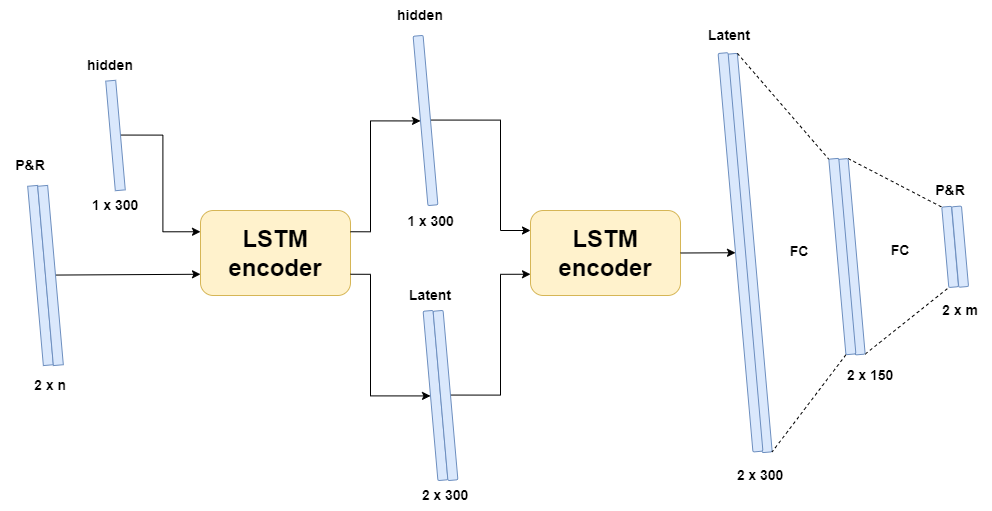
Before: docs/Images/architectures/LSTM_sequence.drawio.png, a diagram exported from draw.io (lancedw/3D-state-prediction-for-surface-vessels-using-IMU-data-and-images). Source tidied: cells renumbered, new cells last; positions are measured from the earlier drawing's top-left corner, leaving out a move shared by most shapes. Its diagram source:
```xml
<mxGraphModel>
  <root>
    <mxCell id="0" />
    <mxCell id="1" parent="0" />
    <mxCell id="2" value="&lt;span style=&quot;color: rgba(0, 0, 0, 0); font-family: monospace; font-size: 0px; text-align: start; background-color: rgb(248, 249, 250);&quot;&gt;%3CmxGraphModel%3E%3Croot%3E%3CmxCell%20id%3D%220%22%2F%3E%3CmxCell%20id%3D%221%22%20parent%3D%220%22%2F%3E%3CmxCell%20id%3D%222%22%20value%3D%22%22%20style%3D%22rounded%3D0%3BwhiteSpace%3Dwrap%3Bhtml%3D1%3Brotation%3D85%3BfillColor%3D%23dae8fc%3BstrokeColor%3D%236c8ebf%3B%22%20vertex%3D%221%22%20parent%3D%221%22%3E%3CmxGeometry%20x%3D%22-20%22%20y%3D%22270%22%20width%3D%22240%22%20height%3D%2210%22%20as%3D%22geometry%22%2F%3E%3C%2FmxCell%3E%3C%2Froot%3E%3C%2FmxGraphModel%3E&lt;/span&gt;" style="rounded=0;whiteSpace=wrap;html=1;rotation=85;fillColor=#dae8fc;strokeColor=#6c8ebf;" parent="1" vertex="1">
      <mxGeometry y="270" width="180" height="10" as="geometry" />
    </mxCell>
    <mxCell id="3" style="edgeStyle=none;rounded=0;jettySize=auto;html=1;exitX=0.5;exitY=0;exitDx=0;exitDy=0;entryX=0;entryY=0.75;entryDx=0;entryDy=0;fontSize=24;" parent="1" edge="1" source="4" target="7">
      <mxGeometry relative="1" as="geometry" />
    </mxCell>
    <mxCell id="4" value="&lt;span style=&quot;color: rgba(0, 0, 0, 0); font-family: monospace; font-size: 0px; text-align: start; background-color: rgb(248, 249, 250);&quot;&gt;%3CmxGraphModel%3E%3Croot%3E%3CmxCell%20id%3D%220%22%2F%3E%3CmxCell%20id%3D%221%22%20parent%3D%220%22%2F%3E%3CmxCell%20id%3D%222%22%20value%3D%22%22%20style%3D%22rounded%3D0%3BwhiteSpace%3Dwrap%3Bhtml%3D1%3Brotation%3D85%3BfillColor%3D%23dae8fc%3BstrokeColor%3D%236c8ebf%3B%22%20vertex%3D%221%22%20parent%3D%221%22%3E%3CmxGeometry%20x%3D%22-20%22%20y%3D%22270%22%20width%3D%22240%22%20height%3D%2210%22%20as%3D%22geometry%22%2F%3E%3C%2FmxCell%3E%3C%2Froot%3E%3C%2FmxGraphModel%3E&lt;/span&gt;" style="rounded=0;whiteSpace=wrap;html=1;rotation=85;fillColor=#dae8fc;strokeColor=#6c8ebf;" parent="1" vertex="1">
      <mxGeometry x="10" y="270" width="180" height="10" as="geometry" />
    </mxCell>
    <mxCell id="5" value="2 x n" style="text;html=1;strokeColor=none;fillColor=none;align=center;verticalAlign=middle;whiteSpace=wrap;rounded=0;fontSize=14;fontStyle=1;" parent="1" vertex="1">
      <mxGeometry x="70" y="370" width="60" height="30" as="geometry" />
    </mxCell>
    <mxCell id="6" value="P&amp;amp;R" style="text;html=1;strokeColor=none;fillColor=none;align=center;verticalAlign=middle;whiteSpace=wrap;rounded=0;fontSize=14;fontStyle=1;" parent="1" vertex="1">
      <mxGeometry x="50" y="150" width="60" height="30" as="geometry" />
    </mxCell>
    <mxCell id="7" value="LSTM encoder" style="rounded=1;whiteSpace=wrap;html=1;fontSize=24;fillColor=#fff2cc;strokeColor=#d6b656;fontStyle=1;" parent="1" vertex="1">
      <mxGeometry x="250" y="210" width="150" height="85" as="geometry" />
    </mxCell>
    <mxCell id="8" style="edgeStyle=orthogonalEdgeStyle;rounded=0;jettySize=auto;html=1;exitX=0.5;exitY=0;exitDx=0;exitDy=0;entryX=0;entryY=0.25;entryDx=0;entryDy=0;fontSize=24;" parent="1" edge="1" source="9" target="7">
      <mxGeometry relative="1" as="geometry" />
    </mxCell>
    <mxCell id="9" value="&lt;span style=&quot;color: rgba(0, 0, 0, 0); font-family: monospace; font-size: 0px; text-align: start; background-color: rgb(248, 249, 250);&quot;&gt;%3CmxGraphModel%3E%3Croot%3E%3CmxCell%20id%3D%220%22%2F%3E%3CmxCell%20id%3D%221%22%20parent%3D%220%22%2F%3E%3CmxCell%20id%3D%222%22%20value%3D%22%22%20style%3D%22rounded%3D0%3BwhiteSpace%3Dwrap%3Bhtml%3D1%3Brotation%3D85%3BfillColor%3D%23dae8fc%3BstrokeColor%3D%236c8ebf%3B%22%20vertex%3D%221%22%20parent%3D%221%22%3E%3CmxGeometry%20x%3D%22-20%22%20y%3D%22270%22%20width%3D%22240%22%20height%3D%2210%22%20as%3D%22geometry%22%2F%3E%3C%2FmxCell%3E%3C%2Froot%3E%3C%2FmxGraphModel%3E&lt;/span&gt;" style="rounded=0;whiteSpace=wrap;html=1;rotation=85;fillColor=#dae8fc;strokeColor=#6c8ebf;" parent="1" vertex="1">
      <mxGeometry x="110" y="130" width="110" height="10" as="geometry" />
    </mxCell>
    <mxCell id="10" value="hidden" style="text;html=1;strokeColor=none;fillColor=none;align=center;verticalAlign=middle;whiteSpace=wrap;rounded=0;fontSize=14;fontStyle=1;" parent="1" vertex="1">
      <mxGeometry x="130" y="50" width="60" height="30" as="geometry" />
    </mxCell>
    <mxCell id="11" value="1 x 300" style="text;html=1;strokeColor=none;fillColor=none;align=center;verticalAlign=middle;whiteSpace=wrap;rounded=0;fontSize=14;fontStyle=1;" parent="1" vertex="1">
      <mxGeometry x="135" y="190" width="60" height="30" as="geometry" />
    </mxCell>
    <mxCell id="12" value="LSTM encoder" style="rounded=1;whiteSpace=wrap;html=1;fontSize=24;fillColor=#fff2cc;strokeColor=#d6b656;fontStyle=1;" parent="1" vertex="1">
      <mxGeometry x="580" y="210" width="150" height="85" as="geometry" />
    </mxCell>
    <mxCell id="13" style="edgeStyle=orthogonalEdgeStyle;shape=connector;rounded=0;jettySize=auto;html=1;exitX=1;exitY=0.25;exitDx=0;exitDy=0;labelBackgroundColor=default;fontFamily=Helvetica;fontSize=14;fontColor=default;endArrow=classic;endFill=1;strokeColor=default;entryX=0.5;entryY=1;entryDx=0;entryDy=0;fontStyle=1;" parent="1" edge="1" source="7" target="16">
      <mxGeometry relative="1" as="geometry">
        <Array as="points">
          <mxPoint x="420" y="231" />
          <mxPoint x="420" y="120" />
        </Array>
      </mxGeometry>
    </mxCell>
    <mxCell id="14" style="edgeStyle=orthogonalEdgeStyle;shape=connector;rounded=0;jettySize=auto;html=1;entryX=0.5;entryY=1;entryDx=0;entryDy=0;labelBackgroundColor=default;fontFamily=Helvetica;fontSize=14;fontColor=default;endArrow=classic;endFill=1;strokeColor=default;fontStyle=1;exitX=1;exitY=0.75;exitDx=0;exitDy=0;" parent="1" edge="1" source="7" target="18">
      <mxGeometry relative="1" as="geometry">
        <Array as="points">
          <mxPoint x="420" y="274" />
          <mxPoint x="420" y="395" />
        </Array>
      </mxGeometry>
    </mxCell>
    <mxCell id="15" style="edgeStyle=orthogonalEdgeStyle;shape=connector;rounded=0;jettySize=auto;html=1;exitX=0.5;exitY=0;exitDx=0;exitDy=0;labelBackgroundColor=default;fontFamily=Helvetica;fontSize=14;fontColor=default;endArrow=classic;endFill=1;strokeColor=default;fontStyle=1;" parent="1" edge="1" source="16">
      <mxGeometry relative="1" as="geometry">
        <mxPoint x="580" y="230" as="targetPoint" />
        <Array as="points">
          <mxPoint x="550" y="120" />
          <mxPoint x="550" y="230" />
          <mxPoint x="580" y="230" />
        </Array>
      </mxGeometry>
    </mxCell>
    <mxCell id="16" style="rounded=1;whiteSpace=wrap;html=1;glass=0;fontFamily=Helvetica;fontSize=14;fontColor=default;strokeColor=#6c8ebf;fillColor=#dae8fc;rotation=85;fontStyle=1;" parent="1" vertex="1">
      <mxGeometry x="390" y="115" width="170" height="10" as="geometry" />
    </mxCell>
    <mxCell id="17" style="edgeStyle=orthogonalEdgeStyle;shape=connector;rounded=0;jettySize=auto;html=1;entryX=0;entryY=0.75;entryDx=0;entryDy=0;labelBackgroundColor=default;fontFamily=Helvetica;fontSize=14;fontColor=default;endArrow=classic;endFill=1;strokeColor=default;fontStyle=1;exitX=0.5;exitY=0;exitDx=0;exitDy=0;" parent="1" edge="1" source="39" target="12">
      <mxGeometry relative="1" as="geometry">
        <Array as="points">
          <mxPoint x="550" y="395" />
          <mxPoint x="550" y="274" />
          <mxPoint x="580" y="274" />
        </Array>
      </mxGeometry>
    </mxCell>
    <mxCell id="18" style="rounded=1;whiteSpace=wrap;html=1;glass=0;fontFamily=Helvetica;fontSize=14;fontColor=default;strokeColor=#6c8ebf;fillColor=#dae8fc;rotation=85;fontStyle=1;" parent="1" vertex="1">
      <mxGeometry x="400" y="390" width="170" height="10" as="geometry" />
    </mxCell>
    <mxCell id="19" value="&lt;font style=&quot;font-size: 14px;&quot;&gt;1 x 300&amp;nbsp;&lt;/font&gt;" style="text;html=1;strokeColor=none;fillColor=none;align=center;verticalAlign=middle;whiteSpace=wrap;rounded=0;fontStyle=1;fontSize=14;" parent="1" vertex="1">
      <mxGeometry x="450" y="206.3" width="65" height="30" as="geometry" />
    </mxCell>
    <mxCell id="20" value="&lt;font style=&quot;font-size: 14px;&quot;&gt;2 x 300&lt;/font&gt;" style="text;html=1;strokeColor=none;fillColor=none;align=center;verticalAlign=middle;whiteSpace=wrap;rounded=0;fontStyle=1;fontSize=14;" parent="1" vertex="1">
      <mxGeometry x="460" y="480" width="70" height="30" as="geometry" />
    </mxCell>
    <mxCell id="21" value="&lt;span style=&quot;font-size: 14px;&quot;&gt;&lt;font style=&quot;font-size: 14px;&quot;&gt;Latent&lt;/font&gt;&lt;/span&gt;" style="text;html=1;strokeColor=none;fillColor=none;align=center;verticalAlign=middle;whiteSpace=wrap;rounded=0;fontStyle=1;fontSize=14;" parent="1" vertex="1">
      <mxGeometry x="450" y="280" width="60" height="30" as="geometry" />
    </mxCell>
    <mxCell id="22" value="&lt;span style=&quot;font-size: 14px;&quot;&gt;&lt;font style=&quot;font-size: 14px;&quot;&gt;hidden&lt;/font&gt;&lt;/span&gt;" style="text;html=1;strokeColor=none;fillColor=none;align=center;verticalAlign=middle;whiteSpace=wrap;rounded=0;fontStyle=1;fontSize=14;" parent="1" vertex="1">
      <mxGeometry x="440" width="60" height="30" as="geometry" />
    </mxCell>
    <mxCell id="23" value="&lt;span style=&quot;font-size: 14px;&quot;&gt;&lt;font style=&quot;font-size: 14px;&quot;&gt;Latent&lt;br&gt;&lt;/font&gt;&lt;/span&gt;" style="text;html=1;strokeColor=none;fillColor=none;align=center;verticalAlign=middle;whiteSpace=wrap;rounded=0;fontStyle=1;fontSize=14;" parent="1" vertex="1">
      <mxGeometry x="749.3" y="20" width="60" height="30" as="geometry" />
    </mxCell>
    <mxCell id="24" value="&lt;font style=&quot;font-size: 14px;&quot;&gt;2 x 300&lt;/font&gt;" style="text;html=1;strokeColor=none;fillColor=none;align=center;verticalAlign=middle;whiteSpace=wrap;rounded=0;fontStyle=1;fontSize=14;" parent="1" vertex="1">
      <mxGeometry x="780" y="460" width="60" height="30" as="geometry" />
    </mxCell>
    <mxCell id="25" value="&lt;font style=&quot;font-size: 14px;&quot;&gt;2 x 150&lt;/font&gt;" style="text;html=1;strokeColor=none;fillColor=none;align=center;verticalAlign=middle;whiteSpace=wrap;rounded=0;fontStyle=1;fontSize=14;" parent="1" vertex="1">
      <mxGeometry x="890" y="360" width="60" height="30" as="geometry" />
    </mxCell>
    <mxCell id="26" value="FC" style="text;html=1;strokeColor=none;fillColor=none;align=center;verticalAlign=middle;whiteSpace=wrap;rounded=0;fontStyle=1;fontSize=14;" parent="1" vertex="1">
      <mxGeometry x="819.3" y="236.3" width="60" height="30" as="geometry" />
    </mxCell>
    <mxCell id="27" style="rounded=1;whiteSpace=wrap;html=1;glass=0;fontFamily=Helvetica;fontSize=14;fontColor=default;strokeColor=#6c8ebf;fillColor=#dae8fc;rotation=85;fontStyle=1;" parent="1" vertex="1">
      <mxGeometry x="599.3" y="247.5" width="400" height="10" as="geometry" />
    </mxCell>
    <mxCell id="28" style="endArrow=none;dashed=1;html=1;rounded=0;fontFamily=Helvetica;fontSize=14;fontColor=default;entryX=0;entryY=1;entryDx=0;entryDy=0;exitX=0;exitY=0;exitDx=0;exitDy=0;fontStyle=1;" parent="1" edge="1" source="27" target="41">
      <mxGeometry relative="1" as="geometry" />
    </mxCell>
    <mxCell id="29" style="endArrow=none;dashed=1;html=1;rounded=0;fontFamily=Helvetica;fontSize=14;fontColor=default;exitX=1;exitY=1;exitDx=0;exitDy=0;entryX=1;entryY=0;entryDx=0;entryDy=0;fontStyle=1;" parent="1" edge="1" source="41" target="27">
      <mxGeometry relative="1" as="geometry" />
    </mxCell>
    <mxCell id="30" style="edgeStyle=none;shape=connector;rounded=0;jettySize=auto;html=1;exitX=0;exitY=0;exitDx=0;exitDy=0;entryX=0;entryY=1;entryDx=0;entryDy=0;dashed=1;labelBackgroundColor=default;fontFamily=Helvetica;fontSize=14;fontColor=default;endArrow=none;endFill=0;strokeColor=default;fontStyle=1;" parent="1" edge="1" source="32" target="33">
      <mxGeometry relative="1" as="geometry" />
    </mxCell>
    <mxCell id="31" style="edgeStyle=none;shape=connector;rounded=0;jettySize=auto;html=1;exitX=1;exitY=0;exitDx=0;exitDy=0;dashed=1;labelBackgroundColor=default;fontFamily=Helvetica;fontSize=14;fontColor=default;endArrow=none;endFill=0;strokeColor=default;entryX=1;entryY=1;entryDx=0;entryDy=0;fontStyle=1;" parent="1" edge="1" source="32" target="33">
      <mxGeometry relative="1" as="geometry" />
    </mxCell>
    <mxCell id="32" style="rounded=1;whiteSpace=wrap;html=1;glass=0;fontFamily=Helvetica;fontSize=14;fontColor=default;strokeColor=#6c8ebf;fillColor=#dae8fc;rotation=85;fontStyle=1;" parent="1" vertex="1">
      <mxGeometry x="803" y="251.3" width="196.3" height="10" as="geometry" />
    </mxCell>
    <mxCell id="33" style="rounded=1;whiteSpace=wrap;html=1;glass=0;fontFamily=Helvetica;fontSize=14;fontColor=default;strokeColor=#6c8ebf;fillColor=#dae8fc;rotation=85;fontStyle=1;" parent="1" vertex="1">
      <mxGeometry x="959.3" y="241.5" width="80.7" height="9.8" as="geometry" />
    </mxCell>
    <mxCell id="34" style="rounded=1;whiteSpace=wrap;html=1;glass=0;fontFamily=Helvetica;fontSize=14;fontColor=default;strokeColor=#6c8ebf;fillColor=#dae8fc;rotation=85;fontStyle=1;" parent="1" vertex="1">
      <mxGeometry x="969.3" y="241.3" width="80.7" height="9.8" as="geometry" />
    </mxCell>
    <mxCell id="35" value="&lt;span style=&quot;font-size: 14px;&quot;&gt;&lt;font style=&quot;font-size: 14px;&quot;&gt;P&amp;amp;R&lt;/font&gt;&lt;/span&gt;" style="text;html=1;strokeColor=none;fillColor=none;align=center;verticalAlign=middle;whiteSpace=wrap;rounded=0;fontStyle=1;fontSize=14;" parent="1" vertex="1">
      <mxGeometry x="969.7" y="175" width="60" height="30" as="geometry" />
    </mxCell>
    <mxCell id="36" value="&lt;span style=&quot;font-size: 14px;&quot;&gt;&lt;font style=&quot;font-size: 14px;&quot;&gt;2 x m&lt;/font&gt;&lt;/span&gt;" style="text;html=1;strokeColor=none;fillColor=none;align=center;verticalAlign=middle;whiteSpace=wrap;rounded=0;fontStyle=1;fontSize=14;" parent="1" vertex="1">
      <mxGeometry x="980" y="295" width="60" height="30" as="geometry" />
    </mxCell>
    <mxCell id="37" style="edgeStyle=none;shape=connector;rounded=0;jettySize=auto;html=1;exitX=1;exitY=0.5;exitDx=0;exitDy=0;labelBackgroundColor=default;fontFamily=Helvetica;fontSize=14;fontColor=default;endArrow=classic;endFill=1;strokeColor=default;entryX=0.5;entryY=1;entryDx=0;entryDy=0;fontStyle=1;" parent="1" edge="1" source="12" target="40">
      <mxGeometry relative="1" as="geometry" />
    </mxCell>
    <mxCell id="38" value="&lt;span style=&quot;font-size: 14px;&quot;&gt;&lt;font style=&quot;font-size: 14px;&quot;&gt;FC&lt;/font&gt;&lt;/span&gt;" style="text;html=1;strokeColor=none;fillColor=none;align=center;verticalAlign=middle;whiteSpace=wrap;rounded=0;fontStyle=1;fontSize=14;" parent="1" vertex="1">
      <mxGeometry x="920" y="235" width="60" height="30" as="geometry" />
    </mxCell>
    <mxCell id="39" style="rounded=1;whiteSpace=wrap;html=1;glass=0;fontFamily=Helvetica;fontSize=14;fontColor=default;strokeColor=#6c8ebf;fillColor=#dae8fc;rotation=85;fontStyle=1;" parent="1" vertex="1">
      <mxGeometry x="410" y="390" width="170" height="10" as="geometry" />
    </mxCell>
    <mxCell id="40" style="rounded=1;whiteSpace=wrap;html=1;glass=0;fontFamily=Helvetica;fontSize=14;fontColor=default;strokeColor=#6c8ebf;fillColor=#dae8fc;rotation=85;fontStyle=1;" parent="1" vertex="1">
      <mxGeometry x="590" y="246.8" width="400" height="10" as="geometry" />
    </mxCell>
    <mxCell id="41" style="rounded=1;whiteSpace=wrap;html=1;glass=0;fontFamily=Helvetica;fontSize=14;fontColor=default;strokeColor=#6c8ebf;fillColor=#dae8fc;rotation=85;fontStyle=1;" parent="1" vertex="1">
      <mxGeometry x="793.7" y="251" width="196.3" height="10" as="geometry" />
    </mxCell>
  </root>
</mxGraphModel>
```
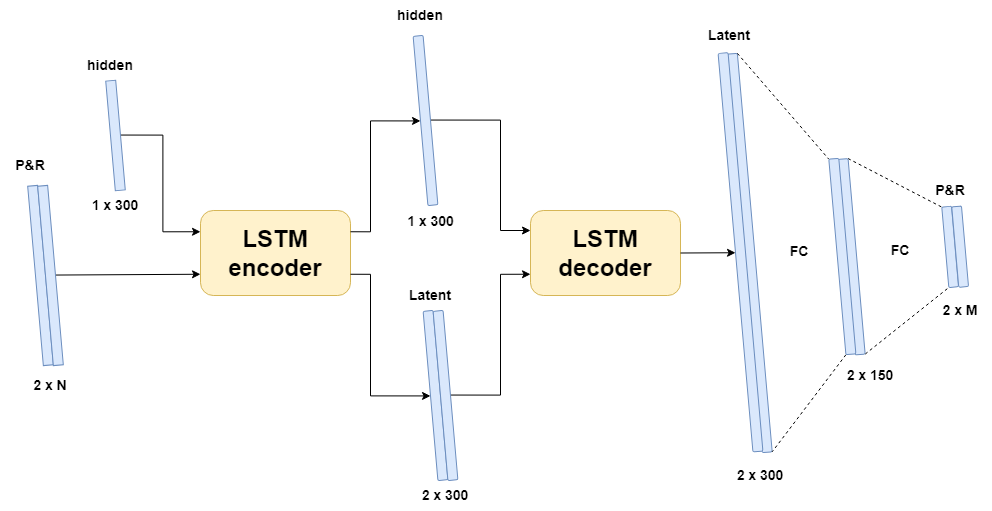
The same file after the commit.

Diff of the diagram source:
```diff
@@ -11,7 +11,7 @@
     <mxCell id="4" value="&lt;span style=&quot;color: rgba(0, 0, 0, 0); font-family: monospace; font-size: 0px; text-align: start; background-color: rgb(248, 249, 250);&quot;&gt;%3CmxGraphModel%3E%3Croot%3E%3CmxCell%20id%3D%220%22%2F%3E%3CmxCell%20id%3D%221%22%20parent%3D%220%22%2F%3E%3CmxCell%20id%3D%222%22%20value%3D%22%22%20style%3D%22rounded%3D0%3BwhiteSpace%3Dwrap%3Bhtml%3D1%3Brotation%3D85%3BfillColor%3D%23dae8fc%3BstrokeColor%3D%236c8ebf%3B%22%20vertex%3D%221%22%20parent%3D%221%22%3E%3CmxGeometry%20x%3D%22-20%22%20y%3D%22270%22%20width%3D%22240%22%20height%3D%2210%22%20as%3D%22geometry%22%2F%3E%3C%2FmxCell%3E%3C%2Froot%3E%3C%2FmxGraphModel%3E&lt;/span&gt;" style="rounded=0;whiteSpace=wrap;html=1;rotation=85;fillColor=#dae8fc;strokeColor=#6c8ebf;" parent="1" vertex="1">
       <mxGeometry x="10" y="270" width="180" height="10" as="geometry" />
     </mxCell>
-    <mxCell id="5" value="2 x n" style="text;html=1;strokeColor=none;fillColor=none;align=center;verticalAlign=middle;whiteSpace=wrap;rounded=0;fontSize=14;fontStyle=1;" parent="1" vertex="1">
+    <mxCell id="5" value="2 x N" style="text;html=1;strokeColor=none;fillColor=none;align=center;verticalAlign=middle;whiteSpace=wrap;rounded=0;fontSize=14;fontStyle=1;" parent="1" vertex="1">
       <mxGeometry x="70" y="370" width="60" height="30" as="geometry" />
     </mxCell>
     <mxCell id="6" value="P&amp;amp;R" style="text;html=1;strokeColor=none;fillColor=none;align=center;verticalAlign=middle;whiteSpace=wrap;rounded=0;fontSize=14;fontStyle=1;" parent="1" vertex="1">
@@ -32,7 +32,7 @@
     <mxCell id="11" value="1 x 300" style="text;html=1;strokeColor=none;fillColor=none;align=center;verticalAlign=middle;whiteSpace=wrap;rounded=0;fontSize=14;fontStyle=1;" parent="1" vertex="1">
       <mxGeometry x="135" y="190" width="60" height="30" as="geometry" />
     </mxCell>
-    <mxCell id="12" value="LSTM encoder" style="rounded=1;whiteSpace=wrap;html=1;fontSize=24;fillColor=#fff2cc;strokeColor=#d6b656;fontStyle=1;" parent="1" vertex="1">
+    <mxCell id="12" value="LSTM decoder" style="rounded=1;whiteSpace=wrap;html=1;fontSize=24;fillColor=#fff2cc;strokeColor=#d6b656;fontStyle=1;" parent="1" vertex="1">
       <mxGeometry x="580" y="210" width="150" height="85" as="geometry" />
     </mxCell>
     <mxCell id="13" style="edgeStyle=orthogonalEdgeStyle;shape=connector;rounded=0;jettySize=auto;html=1;exitX=1;exitY=0.25;exitDx=0;exitDy=0;labelBackgroundColor=default;fontFamily=Helvetica;fontSize=14;fontColor=default;endArrow=classic;endFill=1;strokeColor=default;entryX=0.5;entryY=1;entryDx=0;entryDy=0;fontStyle=1;" parent="1" edge="1" source="7" target="16">
@@ -127,7 +127,7 @@
     <mxCell id="35" value="&lt;span style=&quot;font-size: 14px;&quot;&gt;&lt;font style=&quot;font-size: 14px;&quot;&gt;P&amp;amp;R&lt;/font&gt;&lt;/span&gt;" style="text;html=1;strokeColor=none;fillColor=none;align=center;verticalAlign=middle;whiteSpace=wrap;rounded=0;fontStyle=1;fontSize=14;" parent="1" vertex="1">
       <mxGeometry x="969.7" y="175" width="60" height="30" as="geometry" />
     </mxCell>
-    <mxCell id="36" value="&lt;span style=&quot;font-size: 14px;&quot;&gt;&lt;font style=&quot;font-size: 14px;&quot;&gt;2 x m&lt;/font&gt;&lt;/span&gt;" style="text;html=1;strokeColor=none;fillColor=none;align=center;verticalAlign=middle;whiteSpace=wrap;rounded=0;fontStyle=1;fontSize=14;" parent="1" vertex="1">
+    <mxCell id="36" value="&lt;span style=&quot;font-size: 14px;&quot;&gt;&lt;font style=&quot;font-size: 14px;&quot;&gt;2 x M&lt;/font&gt;&lt;/span&gt;" style="text;html=1;strokeColor=none;fillColor=none;align=center;verticalAlign=middle;whiteSpace=wrap;rounded=0;fontStyle=1;fontSize=14;" parent="1" vertex="1">
       <mxGeometry x="980" y="295" width="60" height="30" as="geometry" />
     </mxCell>
     <mxCell id="37" style="edgeStyle=none;shape=connector;rounded=0;jettySize=auto;html=1;exitX=1;exitY=0.5;exitDx=0;exitDy=0;labelBackgroundColor=default;fontFamily=Helvetica;fontSize=14;fontColor=default;endArrow=classic;endFill=1;strokeColor=default;entryX=0.5;entryY=1;entryDx=0;entryDy=0;fontStyle=1;" parent="1" edge="1" source="12" target="40">
```
